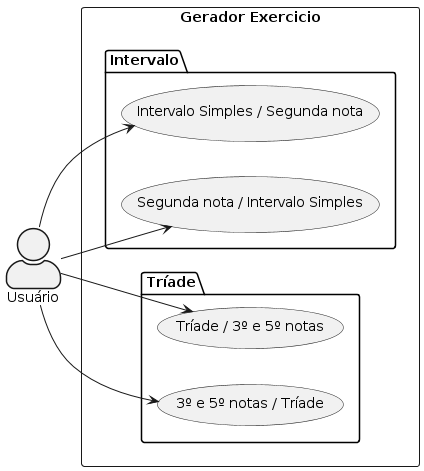
Above: c++/projects/notas/documetation/usecase.png in marcuswlima/learning (PlantUML), before the change. Source of this version:
```plantuml
@startuml
left to right direction
skinparam actorStyle awesome
rectangle "Gerador Exercicio" {
    Package "Intervalo"{
      "Intervalo Simples / Segunda nota" as (Use01)
      "Segunda nota / Intervalo Simples" as (Use02)
    }
    Package "Tríade"{
     "Tríade / 3º e 5º notas" as (Use03)
     "3º e 5º notas / Tríade" as (Use04)
    }
}
:Usuário: --> (Use01)
:Usuário: --> (Use02)
:Usuário: --> (Use03)
:Usuário: --> (Use04)
@enduml
```
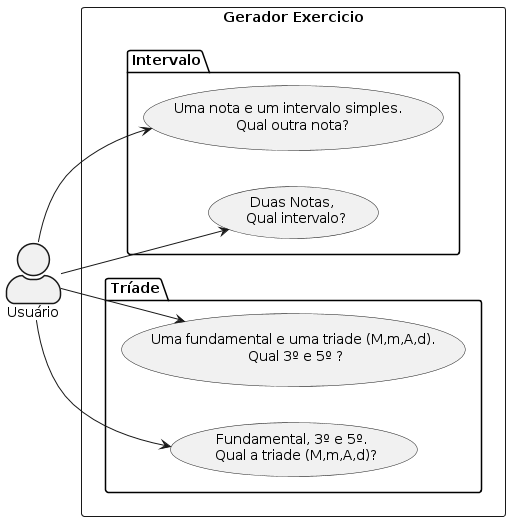
After the change.

Commit message:
[c++/Notas] Fazer funcionar UC04 #39

Diff of the diagram source:
```diff
@@ -3,12 +3,12 @@
 skinparam actorStyle awesome
 rectangle "Gerador Exercicio" {
     Package "Intervalo"{
-      "Intervalo Simples / Segunda nota" as (Use01)
-      "Segunda nota / Intervalo Simples" as (Use02)
+      "Uma nota e um intervalo simples. \n Qual outra nota?" as (Use01)
+      "Duas Notas, \n Qual intervalo?" as (Use02)
     }
     Package "Tríade"{
-     "Tríade / 3º e 5º notas" as (Use03)
-     "3º e 5º notas / Tríade" as (Use04)
+     "Uma fundamental e uma triade (M,m,A,d).\n Qual 3º e 5º ?" as (Use03)
+     "Fundamental, 3º e 5º. \n Qual a triade (M,m,A,d)?" as (Use04)
     }
 }
 :Usuário: --> (Use01)
```
